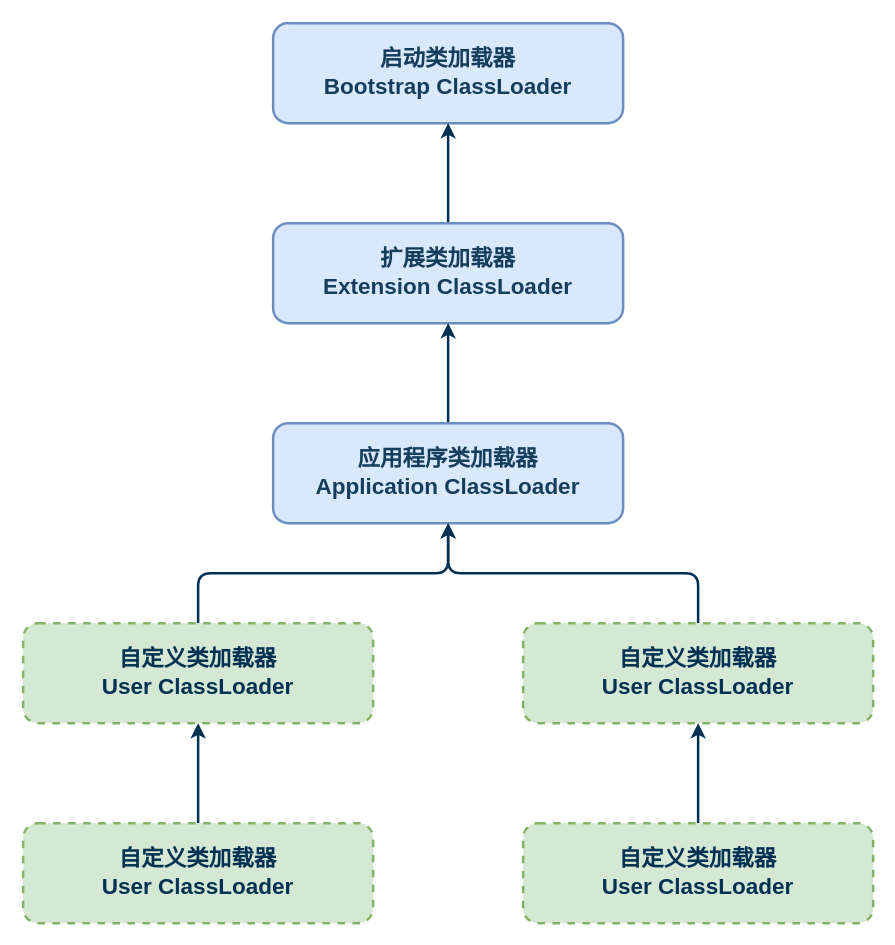
dunwu/waterdrop keeps this draw.io diagram as page "双亲委派" (3 of 3) of assets/Java/JavaCore/JVM/Java虚拟机之类加载.drawio. Above is the earlier version. Source tidied: cells renumbered, new cells numbered last; positions are measured from the earlier drawing's top-left corner, leaving out a move shared by most shapes. Both pictures are drawn from the tidied source at 125%, with x=0, y=0 at pixel (22, 22).
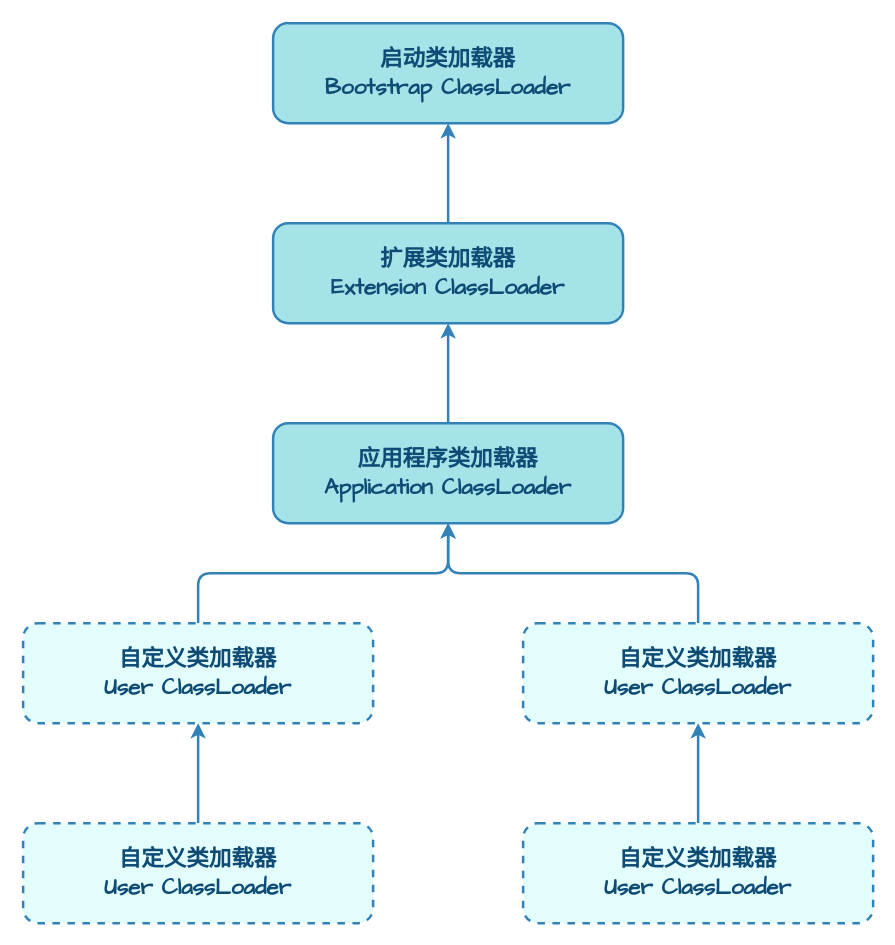
The same page after the edit.

Change to the diagram source:
```diff
@@
 <mxGraphModel>
   <root>
     <mxCell id="0" />
     <mxCell id="1" parent="0" />
-    <mxCell id="2" value="&lt;div style=&quot;border-color: var(--border-color); font-size: 18px; font-weight: 700;&quot;&gt;启动类加载器&lt;/div&gt;&lt;div style=&quot;border-color: var(--border-color); font-size: 18px; font-weight: 700;&quot;&gt;Bootstrap ClassLoader&lt;/div&gt;" style="rounded=1;whiteSpace=wrap;html=1;fillColor=#dae8fc;strokeColor=#6c8ebf;shadow=0;fontSize=16;verticalAlign=middle;fontColor=#153E5D;strokeWidth=2;" parent="1" vertex="1">
+    <mxCell id="2" value="&lt;div style=&quot;border-color: var(--border-color); font-size: 18px;&quot;&gt;启动类加载器&lt;/div&gt;&lt;div style=&quot;border-color: var(--border-color); font-size: 18px;&quot;&gt;Bootstrap ClassLoader&lt;/div&gt;" style="rounded=1;whiteSpace=wrap;html=1;fillColor=#A6E3E9;strokeColor=#3282B8;shadow=0;fontSize=16;verticalAlign=middle;fontColor=#0F4C75;strokeWidth=2;fontFamily=Comic Sans MS;fontStyle=1;" parent="1" vertex="1">
       <mxGeometry x="200" width="280" height="80" as="geometry" />
     </mxCell>
-    <mxCell id="3" style="edgeStyle=orthogonalEdgeStyle;shape=connector;rounded=1;jettySize=auto;html=1;labelBackgroundColor=default;strokeColor=#003153;strokeWidth=2;align=center;verticalAlign=middle;fontFamily=Helvetica;fontSize=11;fontColor=default;endArrow=classic;" parent="1" edge="1" source="4" target="2">
+    <mxCell id="3" style="edgeStyle=orthogonalEdgeStyle;shape=connector;rounded=1;jettySize=auto;html=1;labelBackgroundColor=default;strokeColor=#3282B8;strokeWidth=2;align=center;verticalAlign=middle;fontFamily=Comic Sans MS;fontSize=11;fontColor=#0F4C75;endArrow=classic;fontStyle=1;" parent="1" edge="1" source="4" target="2">
       <mxGeometry relative="1" as="geometry" />
     </mxCell>
-    <mxCell id="4" value="&lt;div style=&quot;border-color: var(--border-color); font-size: 18px; font-weight: 700;&quot;&gt;扩展类加载器&lt;/div&gt;&lt;div style=&quot;border-color: var(--border-color); font-size: 18px; font-weight: 700;&quot;&gt;Extension ClassLoader&lt;/div&gt;" style="rounded=1;whiteSpace=wrap;html=1;fillColor=#dae8fc;strokeColor=#6c8ebf;shadow=0;fontSize=16;verticalAlign=middle;fontColor=#153E5D;strokeWidth=2;" parent="1" vertex="1">
+    <mxCell id="4" value="&lt;div style=&quot;border-color: var(--border-color); font-size: 18px;&quot;&gt;扩展类加载器&lt;/div&gt;&lt;div style=&quot;border-color: var(--border-color); font-size: 18px;&quot;&gt;Extension ClassLoader&lt;/div&gt;" style="rounded=1;whiteSpace=wrap;html=1;fillColor=#A6E3E9;strokeColor=#3282B8;shadow=0;fontSize=16;verticalAlign=middle;fontColor=#0F4C75;strokeWidth=2;fontFamily=Comic Sans MS;fontStyle=1;" parent="1" vertex="1">
       <mxGeometry x="200" y="160" width="280" height="80" as="geometry" />
     </mxCell>
-    <mxCell id="5" style="edgeStyle=orthogonalEdgeStyle;shape=connector;rounded=1;jettySize=auto;html=1;labelBackgroundColor=default;strokeColor=#003153;strokeWidth=2;align=center;verticalAlign=middle;fontFamily=Helvetica;fontSize=11;fontColor=default;endArrow=classic;" parent="1" edge="1" source="6" target="4">
+    <mxCell id="5" style="edgeStyle=orthogonalEdgeStyle;shape=connector;rounded=1;jettySize=auto;html=1;labelBackgroundColor=default;strokeColor=#3282B8;strokeWidth=2;align=center;verticalAlign=middle;fontFamily=Comic Sans MS;fontSize=11;fontColor=#0F4C75;endArrow=classic;fontStyle=1;" parent="1" edge="1" source="6" target="4">
       <mxGeometry relative="1" as="geometry" />
     </mxCell>
-    <mxCell id="6" value="&lt;div style=&quot;border-color: var(--border-color); font-size: 18px; font-weight: 700;&quot;&gt;应用程序类加载器&lt;/div&gt;&lt;div style=&quot;border-color: var(--border-color); font-size: 18px; font-weight: 700;&quot;&gt;Application ClassLoader&lt;/div&gt;" style="rounded=1;whiteSpace=wrap;html=1;fillColor=#dae8fc;strokeColor=#6c8ebf;shadow=0;fontSize=16;verticalAlign=middle;fontColor=#153E5D;strokeWidth=2;" parent="1" vertex="1">
+    <mxCell id="6" value="&lt;div style=&quot;border-color: var(--border-color); font-size: 18px;&quot;&gt;应用程序类加载器&lt;/div&gt;&lt;div style=&quot;border-color: var(--border-color); font-size: 18px;&quot;&gt;Application ClassLoader&lt;/div&gt;" style="rounded=1;whiteSpace=wrap;html=1;fillColor=#A6E3E9;strokeColor=#3282B8;shadow=0;fontSize=16;verticalAlign=middle;fontColor=#0F4C75;strokeWidth=2;fontFamily=Comic Sans MS;fontStyle=1;" parent="1" vertex="1">
       <mxGeometry x="200" y="320" width="280" height="80" as="geometry" />
     </mxCell>
-    <mxCell id="7" style="edgeStyle=orthogonalEdgeStyle;rounded=1;jettySize=auto;html=1;exitX=0.5;exitY=0;exitDx=0;exitDy=0;entryX=0.5;entryY=1;entryDx=0;entryDy=0;strokeWidth=2;strokeColor=#003153;" parent="1" edge="1" source="8" target="6">
+    <mxCell id="7" style="edgeStyle=orthogonalEdgeStyle;rounded=1;jettySize=auto;html=1;exitX=0.5;exitY=0;exitDx=0;exitDy=0;entryX=0.5;entryY=1;entryDx=0;entryDy=0;strokeWidth=2;strokeColor=#3282B8;fontColor=#0F4C75;fontFamily=Comic Sans MS;fontStyle=1;" parent="1" edge="1" source="8" target="6">
       <mxGeometry relative="1" as="geometry" />
     </mxCell>
-    <mxCell id="8" value="&lt;div style=&quot;border-color: var(--border-color); font-size: 18px; font-weight: 700;&quot;&gt;自定义类加载器&lt;/div&gt;&lt;div style=&quot;border-color: var(--border-color); font-size: 18px; font-weight: 700;&quot;&gt;User ClassLoader&lt;/div&gt;" style="rounded=1;whiteSpace=wrap;html=1;fillColor=#d5e8d4;strokeColor=#82b366;shadow=0;fontSize=16;verticalAlign=middle;fontColor=#003153;strokeWidth=2;dashed=1;" parent="1" vertex="1">
+    <mxCell id="8" value="&lt;div style=&quot;border-color: var(--border-color); font-size: 18px;&quot;&gt;自定义类加载器&lt;/div&gt;&lt;div style=&quot;border-color: var(--border-color); font-size: 18px;&quot;&gt;User ClassLoader&lt;/div&gt;" style="rounded=1;whiteSpace=wrap;html=1;fillColor=#E3FDFD;strokeColor=#3282B8;shadow=0;fontSize=16;verticalAlign=middle;fontColor=#0F4C75;strokeWidth=2;dashed=1;fontFamily=Comic Sans MS;fontStyle=1;" parent="1" vertex="1">
       <mxGeometry y="480" width="280" height="80" as="geometry" />
     </mxCell>
-    <mxCell id="9" style="edgeStyle=orthogonalEdgeStyle;shape=connector;rounded=1;jettySize=auto;html=1;labelBackgroundColor=default;strokeColor=#003153;strokeWidth=2;align=center;verticalAlign=middle;fontFamily=Helvetica;fontSize=11;fontColor=default;endArrow=classic;" parent="1" edge="1" source="10" target="6">
+    <mxCell id="9" style="edgeStyle=orthogonalEdgeStyle;shape=connector;rounded=1;jettySize=auto;html=1;labelBackgroundColor=default;strokeColor=#3282B8;strokeWidth=2;align=center;verticalAlign=middle;fontFamily=Comic Sans MS;fontSize=11;fontColor=#0F4C75;endArrow=classic;fontStyle=1;" parent="1" edge="1" source="10" target="6">
       <mxGeometry relative="1" as="geometry" />
     </mxCell>
-    <mxCell id="10" value="&lt;div style=&quot;border-color: var(--border-color); font-size: 18px; font-weight: 700;&quot;&gt;自定义类加载器&lt;/div&gt;&lt;div style=&quot;border-color: var(--border-color); font-size: 18px; font-weight: 700;&quot;&gt;User ClassLoader&lt;/div&gt;" style="rounded=1;whiteSpace=wrap;html=1;fillColor=#d5e8d4;strokeColor=#82b366;shadow=0;fontSize=16;verticalAlign=middle;fontColor=#003153;strokeWidth=2;dashed=1;" parent="1" vertex="1">
+    <mxCell id="10" value="&lt;div style=&quot;border-color: var(--border-color); font-size: 18px;&quot;&gt;自定义类加载器&lt;/div&gt;&lt;div style=&quot;border-color: var(--border-color); font-size: 18px;&quot;&gt;User ClassLoader&lt;/div&gt;" style="rounded=1;whiteSpace=wrap;html=1;fillColor=#E3FDFD;strokeColor=#3282B8;shadow=0;fontSize=16;verticalAlign=middle;fontColor=#0F4C75;strokeWidth=2;dashed=1;fontFamily=Comic Sans MS;fontStyle=1;" parent="1" vertex="1">
       <mxGeometry x="400" y="480" width="280" height="80" as="geometry" />
     </mxCell>
-    <mxCell id="11" style="edgeStyle=orthogonalEdgeStyle;shape=connector;rounded=1;jettySize=auto;html=1;labelBackgroundColor=default;strokeColor=#003153;strokeWidth=2;align=center;verticalAlign=middle;fontFamily=Helvetica;fontSize=11;fontColor=default;endArrow=classic;" parent="1" edge="1" source="12" target="8">
+    <mxCell id="11" style="edgeStyle=orthogonalEdgeStyle;shape=connector;rounded=1;jettySize=auto;html=1;labelBackgroundColor=default;strokeColor=#3282B8;strokeWidth=2;align=center;verticalAlign=middle;fontFamily=Comic Sans MS;fontSize=11;fontColor=#0F4C75;endArrow=classic;fontStyle=1;" parent="1" edge="1" source="12" target="8">
       <mxGeometry relative="1" as="geometry" />
     </mxCell>
-    <mxCell id="12" value="&lt;div style=&quot;border-color: var(--border-color); font-size: 18px; font-weight: 700;&quot;&gt;自定义类加载器&lt;/div&gt;&lt;div style=&quot;border-color: var(--border-color); font-size: 18px; font-weight: 700;&quot;&gt;User ClassLoader&lt;/div&gt;" style="rounded=1;whiteSpace=wrap;html=1;fillColor=#d5e8d4;strokeColor=#82b366;shadow=0;fontSize=16;verticalAlign=middle;fontColor=#003153;strokeWidth=2;dashed=1;" parent="1" vertex="1">
+    <mxCell id="12" value="&lt;div style=&quot;border-color: var(--border-color); font-size: 18px;&quot;&gt;自定义类加载器&lt;/div&gt;&lt;div style=&quot;border-color: var(--border-color); font-size: 18px;&quot;&gt;User ClassLoader&lt;/div&gt;" style="rounded=1;whiteSpace=wrap;html=1;fillColor=#E3FDFD;strokeColor=#3282B8;shadow=0;fontSize=16;verticalAlign=middle;fontColor=#0F4C75;strokeWidth=2;dashed=1;fontFamily=Comic Sans MS;fontStyle=1;" parent="1" vertex="1">
       <mxGeometry y="640" width="280" height="80" as="geometry" />
     </mxCell>
-    <mxCell id="13" style="edgeStyle=orthogonalEdgeStyle;shape=connector;rounded=1;jettySize=auto;html=1;labelBackgroundColor=default;strokeColor=#003153;strokeWidth=2;align=center;verticalAlign=middle;fontFamily=Helvetica;fontSize=11;fontColor=default;endArrow=classic;" parent="1" edge="1" source="14" target="10">
+    <mxCell id="13" style="edgeStyle=orthogonalEdgeStyle;shape=connector;rounded=1;jettySize=auto;html=1;labelBackgroundColor=default;strokeColor=#3282B8;strokeWidth=2;align=center;verticalAlign=middle;fontFamily=Comic Sans MS;fontSize=11;fontColor=#0F4C75;endArrow=classic;fontStyle=1;" parent="1" edge="1" source="14" target="10">
       <mxGeometry relative="1" as="geometry" />
     </mxCell>
-    <mxCell id="14" value="&lt;div style=&quot;border-color: var(--border-color); font-size: 18px; font-weight: 700;&quot;&gt;自定义类加载器&lt;/div&gt;&lt;div style=&quot;border-color: var(--border-color); font-size: 18px; font-weight: 700;&quot;&gt;User ClassLoader&lt;/div&gt;" style="rounded=1;whiteSpace=wrap;html=1;fillColor=#d5e8d4;strokeColor=#82b366;shadow=0;fontSize=16;verticalAlign=middle;fontColor=#003153;strokeWidth=2;dashed=1;" parent="1" vertex="1">
+    <mxCell id="14" value="&lt;div style=&quot;border-color: var(--border-color); font-size: 18px;&quot;&gt;自定义类加载器&lt;/div&gt;&lt;div style=&quot;border-color: var(--border-color); font-size: 18px;&quot;&gt;User ClassLoader&lt;/div&gt;" style="rounded=1;whiteSpace=wrap;html=1;fillColor=#E3FDFD;strokeColor=#3282B8;shadow=0;fontSize=16;verticalAlign=middle;fontColor=#0F4C75;strokeWidth=2;dashed=1;fontFamily=Comic Sans MS;fontStyle=1;" parent="1" vertex="1">
       <mxGeometry x="400" y="640" width="280" height="80" as="geometry" />
     </mxCell>
   </root>
 </mxGraphModel>
```
